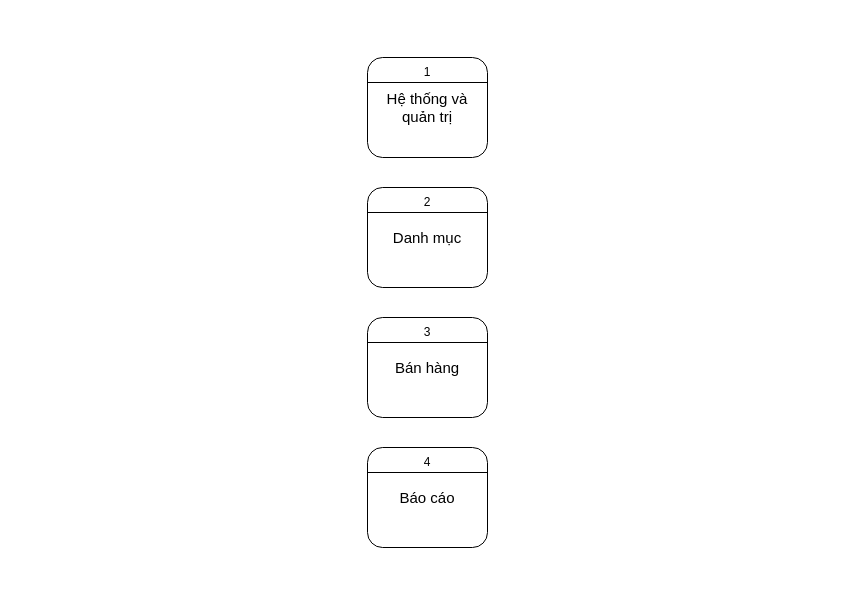
Above: page "DFD mức 0" (2 of 3) of Biểu đồ không có tiêu đề.drawio in Vulien/Diagram (draw.io), before the change. Source tidied: cells renumbered, new cells numbered last; positions are measured from the earlier drawing's top-left corner, leaving out a move shared by most shapes. Both pictures are drawn from the tidied source at 100%, with x=0, y=0 at pixel (367, 57).
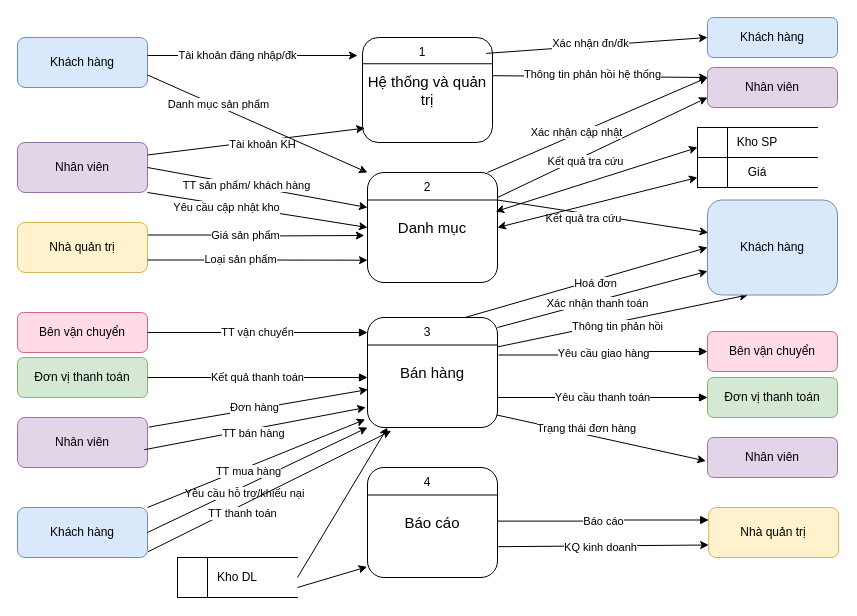
Above is the later version.

Commit message (it also covers changes not shown here):
Cập nhật Biểu đồ không có tiêu đề.drawio

What changed in the source:
```diff
@@
     <mxCell id="2" value="&lt;font style=&quot;font-size: 15px;&quot;&gt;Hệ thống và quản trị&lt;/font&gt;" style="rounded=1;whiteSpace=wrap;html=1;" parent="1" vertex="1">
-      <mxGeometry width="120" height="100" as="geometry" />
+      <mxGeometry x="-5" y="-20" width="130" height="105" as="geometry" />
     </mxCell>
@@
     <mxCell id="4" value="1" style="text;html=1;align=center;verticalAlign=middle;whiteSpace=wrap;rounded=0;" parent="1" vertex="1">
-      <mxGeometry x="30" width="60" height="30" as="geometry" />
+      <mxGeometry x="25" y="-20" width="60" height="30" as="geometry" />
     </mxCell>
     <mxCell id="5" value="&lt;span style=&quot;font-size: 15px;&quot;&gt;Danh mục&lt;/span&gt;" style="rounded=1;whiteSpace=wrap;html=1;" parent="1" vertex="1">
-      <mxGeometry y="130" width="120" height="100" as="geometry" />
+      <mxGeometry y="115" width="130" height="110" as="geometry" />
     </mxCell>
@@
     <mxCell id="7" value="2" style="text;html=1;align=center;verticalAlign=middle;whiteSpace=wrap;rounded=0;" parent="1" vertex="1">
-      <mxGeometry x="30" y="130" width="60" height="30" as="geometry" />
+      <mxGeometry x="30" y="115" width="60" height="30" as="geometry" />
     </mxCell>
     <mxCell id="8" value="&lt;span style=&quot;font-size: 15px;&quot;&gt;Báo cáo&lt;/span&gt;" style="rounded=1;whiteSpace=wrap;html=1;" parent="1" vertex="1">
-      <mxGeometry y="390" width="120" height="100" as="geometry" />
+      <mxGeometry y="410" width="130" height="110" as="geometry" />
     </mxCell>
@@
     <mxCell id="10" value="4" style="text;html=1;align=center;verticalAlign=middle;whiteSpace=wrap;rounded=0;" parent="1" vertex="1">
-      <mxGeometry x="30" y="390" width="60" height="30" as="geometry" />
+      <mxGeometry x="30" y="410" width="60" height="30" as="geometry" />
     </mxCell>
@@
     <mxCell id="12" value="&lt;span style=&quot;font-size: 15px;&quot;&gt;Bán hàng&lt;/span&gt;" style="rounded=1;whiteSpace=wrap;html=1;" parent="1" vertex="1">
-      <mxGeometry y="260" width="120" height="100" as="geometry" />
+      <mxGeometry y="260" width="130" height="110" as="geometry" />
     </mxCell>
@@
+    <mxCell id="15" style="edgeStyle=orthogonalEdgeStyle;rounded=0;jettySize=auto;html=1;exitX=1;exitY=0.25;exitDx=0;exitDy=0;" parent="1" edge="1" source="17">
+      <mxGeometry relative="1" as="geometry">
+        <mxPoint x="-3.2" y="178" as="targetPoint" />
+      </mxGeometry>
+    </mxCell>
+    <mxCell id="16" value="Giá sản phẩm" style="edgeLabel;html=1;align=center;verticalAlign=middle;" parent="15" vertex="1">
+      <mxGeometry x="-0.11" relative="1" as="geometry" />
+    </mxCell>
+    <mxCell id="17" value="Nhà quản trị" style="shape=rectangle;rounded=1;whiteSpace=wrap;html=1;fillColor=#fff2cc;strokeColor=#d6b656;fontSize=12;align=center;" parent="1" vertex="1">
+      <mxGeometry x="-350" y="165" width="130" height="50" as="geometry" />
+    </mxCell>
+    <mxCell id="18" value="Bên vận chuyển" style="shape=rectangle;rounded=1;whiteSpace=wrap;html=1;fillColor=#ffdce5;strokeColor=#d6667e;fontSize=12;align=center;" parent="1" vertex="1">
+      <mxGeometry x="-350" y="255" width="130" height="40" as="geometry" />
+    </mxCell>
+    <mxCell id="19" value="TT vận chuyển" style="edgeStyle=elbowEdgeStyle;rounded=1;jettySize=auto;html=1;strokeWidth=1;endArrow=block;fontSize=11;entryX=-0.001;entryY=0.548;entryDx=0;entryDy=0;entryPerimeter=0;" parent="1" edge="1" source="18">
+      <mxGeometry x="0.01" y="-1" relative="1" as="geometry">
+        <mxPoint y="275" as="targetPoint" />
+        <mxPoint x="-1" y="-1" as="offset" />
+      </mxGeometry>
+    </mxCell>
+    <mxCell id="20" value="Đơn vị thanh toán" style="shape=rectangle;rounded=1;whiteSpace=wrap;html=1;fillColor=#d5e8d4;strokeColor=#82b366;fontSize=12;align=center;" parent="1" vertex="1">
+      <mxGeometry x="-350" y="300" width="130" height="40" as="geometry" />
+    </mxCell>
+    <mxCell id="21" value="Kết quả thanh toán" style="edgeStyle=elbowEdgeStyle;rounded=1;jettySize=auto;html=1;strokeWidth=1;endArrow=block;fontSize=11;" parent="1" edge="1" source="20">
+      <mxGeometry relative="1" as="geometry">
+        <mxPoint y="320" as="targetPoint" />
+      </mxGeometry>
+    </mxCell>
+    <mxCell id="22" value="Khách hàng" style="shape=rectangle;rounded=1;whiteSpace=wrap;html=1;fillColor=#dae8fc;strokeColor=#6c8ebf;fontSize=12;align=center;" parent="1" vertex="1">
+      <mxGeometry x="340" y="-40" width="130" height="40" as="geometry" />
+    </mxCell>
+    <mxCell id="23" value="Nhà quản trị" style="shape=rectangle;rounded=1;whiteSpace=wrap;html=1;fillColor=#fff2cc;strokeColor=#d6b656;fontSize=12;align=center;" parent="1" vertex="1">
+      <mxGeometry x="341.2" y="450" width="130" height="50" as="geometry" />
+    </mxCell>
+    <mxCell id="24" value="Báo cáo" style="edgeStyle=elbowEdgeStyle;rounded=1;jettySize=auto;html=1;strokeWidth=1;endArrow=block;fontSize=11;exitX=0.991;exitY=0.124;exitDx=0;exitDy=0;exitPerimeter=0;entryX=0;entryY=0.25;entryDx=0;entryDy=0;" parent="1" edge="1" target="23">
+      <mxGeometry relative="1" as="geometry">
+        <mxPoint x="130" y="463.6" as="sourcePoint" />
+      </mxGeometry>
+    </mxCell>
+    <mxCell id="25" value="Bên vận chuyển" style="shape=rectangle;rounded=1;whiteSpace=wrap;html=1;fillColor=#ffdce5;strokeColor=#d6667e;fontSize=12;align=center;" parent="1" vertex="1">
+      <mxGeometry x="340" y="274" width="130" height="40" as="geometry" />
+    </mxCell>
+    <mxCell id="26" value="Yêu cầu giao hàng" style="edgeStyle=elbowEdgeStyle;rounded=1;jettySize=auto;html=1;strokeWidth=1;endArrow=block;fontSize=11;exitX=1.008;exitY=0.341;exitDx=0;exitDy=0;exitPerimeter=0;" parent="1" edge="1" source="12" target="25">
+      <mxGeometry relative="1" as="geometry" />
+    </mxCell>
+    <mxCell id="27" value="Đơn vị thanh toán" style="shape=rectangle;rounded=1;whiteSpace=wrap;html=1;fillColor=#d5e8d4;strokeColor=#82b366;fontSize=12;align=center;" parent="1" vertex="1">
+      <mxGeometry x="340" y="320" width="130" height="40" as="geometry" />
+    </mxCell>
+    <mxCell id="28" value="Yêu cầu thanh toán" style="edgeStyle=elbowEdgeStyle;rounded=1;jettySize=auto;html=1;strokeWidth=1;endArrow=block;fontSize=11;exitX=1;exitY=0.455;exitDx=0;exitDy=0;exitPerimeter=0;" parent="1" edge="1" target="27">
+      <mxGeometry relative="1" as="geometry">
+        <mxPoint x="130" y="340" as="sourcePoint" />
+      </mxGeometry>
+    </mxCell>
+    <mxCell id="29" value="Nhân viên" style="shape=rectangle;rounded=1;whiteSpace=wrap;html=1;fillColor=#e1d5e7;strokeColor=#9673a6;fontSize=12;align=center;" parent="1" vertex="1">
+      <mxGeometry x="-350" y="360" width="130" height="50" as="geometry" />
+    </mxCell>
+    <mxCell id="30" value="Nhân viên" style="shape=rectangle;rounded=1;whiteSpace=wrap;html=1;fillColor=#e1d5e7;strokeColor=#9673a6;fontSize=12;align=center;" parent="1" vertex="1">
+      <mxGeometry x="340" y="380" width="130" height="40" as="geometry" />
+    </mxCell>
+    <mxCell id="31" style="edgeStyle=orthogonalEdgeStyle;rounded=0;orthogonalLoop=1;jettySize=auto;html=1;exitX=0.5;exitY=1;exitDx=0;exitDy=0;" parent="1" edge="1" source="17" target="17">
+      <mxGeometry relative="1" as="geometry" />
+    </mxCell>
+    <mxCell id="32" style="edgeStyle=orthogonalEdgeStyle;rounded=0;jettySize=auto;html=1;exitX=1;exitY=0.75;exitDx=0;exitDy=0;entryX=0.016;entryY=0.35;entryDx=0;entryDy=0;entryPerimeter=0;" parent="1" edge="1" source="17">
+      <mxGeometry relative="1" as="geometry">
+        <mxPoint y="202.7" as="targetPoint" />
+      </mxGeometry>
+    </mxCell>
+    <mxCell id="33" value="Loại sản phẩm" style="edgeLabel;html=1;align=center;verticalAlign=middle;" parent="32" vertex="1">
+      <mxGeometry x="-0.4" y="1" relative="1" as="geometry">
+        <mxPoint x="26" as="offset" />
+      </mxGeometry>
+    </mxCell>
+    <mxCell id="34" style="endArrow=classic;html=1;rounded=0;exitX=1.004;exitY=0.097;exitDx=0;exitDy=0;exitPerimeter=0;entryX=0.312;entryY=0.999;entryDx=0;entryDy=0;entryPerimeter=0;" parent="1" edge="1" target="69">
+      <mxGeometry relative="1" as="geometry">
+        <mxPoint x="130" y="289.4" as="sourcePoint" />
+      </mxGeometry>
+    </mxCell>
+    <mxCell id="35" value="Thông tin phản hồi" style="edgeLabel;html=1;align=center;verticalAlign=middle;" parent="34" vertex="1">
+      <mxGeometry x="-0.19" y="-3" relative="1" as="geometry">
+        <mxPoint x="17" y="-3" as="offset" />
+      </mxGeometry>
+    </mxCell>
+    <mxCell id="36" style="endArrow=classic;html=1;rounded=0;exitX=0.996;exitY=0.356;exitDx=0;exitDy=0;exitPerimeter=0;entryX=0;entryY=0.75;entryDx=0;entryDy=0;" parent="1" edge="1" target="23">
+      <mxGeometry relative="1" as="geometry">
+        <mxPoint x="130.6" y="489.2" as="sourcePoint" />
+      </mxGeometry>
+    </mxCell>
+    <mxCell id="37" value="KQ kinh doanh" style="edgeLabel;html=1;align=center;verticalAlign=middle;" parent="36" vertex="1">
+      <mxGeometry x="-0.2" y="-1" relative="1" as="geometry">
+        <mxPoint x="18" as="offset" />
+      </mxGeometry>
+    </mxCell>
+    <mxCell id="38" style="endArrow=classic;html=1;rounded=0;exitX=0.993;exitY=0.886;exitDx=0;exitDy=0;exitPerimeter=0;entryX=-0.013;entryY=0.587;entryDx=0;entryDy=0;entryPerimeter=0;" parent="1" edge="1" source="12" target="30">
+      <mxGeometry relative="1" as="geometry" />
+    </mxCell>
+    <mxCell id="39" value="Trạng thái đơn hàng" style="edgeLabel;html=1;align=center;verticalAlign=middle;" parent="38" vertex="1">
+      <mxGeometry x="-0.49" y="2" relative="1" as="geometry">
+        <mxPoint x="35" y="3" as="offset" />
+      </mxGeometry>
+    </mxCell>
+    <mxCell id="40" style="endArrow=classic;html=1;rounded=0;exitX=1;exitY=0.958;exitDx=0;exitDy=0;exitPerimeter=0;entryX=0;entryY=0.25;entryDx=0;entryDy=0;" parent="1" edge="1" target="74">
+      <mxGeometry relative="1" as="geometry">
+        <mxPoint x="125" y="18.2" as="sourcePoint" />
+      </mxGeometry>
+    </mxCell>
+    <mxCell id="41" value="Thông tin phản hồi hệ thống" style="edgeLabel;html=1;align=center;verticalAlign=middle;" parent="40" vertex="1">
+      <mxGeometry x="-0.45" y="2" relative="1" as="geometry">
+        <mxPoint x="40" as="offset" />
+      </mxGeometry>
+    </mxCell>
+    <mxCell id="42" style="endArrow=classic;html=1;rounded=0;exitX=0.952;exitY=0.017;exitDx=0;exitDy=0;exitPerimeter=0;entryX=0;entryY=0.5;entryDx=0;entryDy=0;" parent="1" edge="1" target="22">
+      <mxGeometry relative="1" as="geometry">
+        <mxPoint x="118.8" y="-4.1" as="sourcePoint" />
+      </mxGeometry>
+    </mxCell>
+    <mxCell id="43" value="Xác nhận đn/đk" style="edgeLabel;html=1;align=center;verticalAlign=middle;" parent="42" vertex="1">
+      <mxGeometry x="-0.06" y="3" relative="1" as="geometry" />
+    </mxCell>
+    <mxCell id="44" style="endArrow=classic;html=1;rounded=0;entryX=0;entryY=0.75;entryDx=0;entryDy=0;" parent="1" edge="1" target="69">
+      <mxGeometry relative="1" as="geometry">
+        <mxPoint x="130" y="270" as="sourcePoint" />
+      </mxGeometry>
+    </mxCell>
+    <mxCell id="45" value="Xác nhận thanh toán" style="edgeLabel;html=1;align=center;verticalAlign=middle;" parent="44" vertex="1">
+      <mxGeometry x="-0.15" y="1" relative="1" as="geometry">
+        <mxPoint x="11" as="offset" />
+      </mxGeometry>
+    </mxCell>
+    <mxCell id="46" value="Khách hàng" style="shape=rectangle;rounded=1;whiteSpace=wrap;html=1;fillColor=#dae8fc;strokeColor=#6c8ebf;fontSize=12;align=center;" parent="1" vertex="1">
+      <mxGeometry x="-350" y="450" width="130" height="50" as="geometry" />
+    </mxCell>
+    <mxCell id="47" style="endArrow=classic;html=1;rounded=0;exitX=1;exitY=0.5;exitDx=0;exitDy=0;entryX=0;entryY=1;entryDx=0;entryDy=0;" parent="1" edge="1" source="46" target="12">
+      <mxGeometry relative="1" as="geometry" />
+    </mxCell>
+    <mxCell id="48" value="Yêu cầu hỗ trợ/khiếu nại" style="edgeLabel;html=1;align=center;verticalAlign=middle;" parent="47" vertex="1">
+      <mxGeometry x="-0.33" y="-1" relative="1" as="geometry">
+        <mxPoint x="22" y="-5" as="offset" />
+      </mxGeometry>
+    </mxCell>
+    <mxCell id="49" style="endArrow=classic;html=1;rounded=0;exitX=1.005;exitY=0.885;exitDx=0;exitDy=0;exitPerimeter=0;entryX=0.182;entryY=1.03;entryDx=0;entryDy=0;entryPerimeter=0;" parent="1" edge="1" source="46" target="12">
+      <mxGeometry relative="1" as="geometry" />
+    </mxCell>
+    <mxCell id="50" value="TT thanh toán" style="edgeLabel;html=1;align=center;verticalAlign=middle;" parent="49" vertex="1">
+      <mxGeometry x="-0.36" y="1" relative="1" as="geometry">
+        <mxPoint x="16" y="1" as="offset" />
+      </mxGeometry>
+    </mxCell>
+    <mxCell id="51" style="endArrow=classic;html=1;rounded=0;exitX=1.01;exitY=0.193;exitDx=0;exitDy=0;exitPerimeter=0;entryX=0.003;entryY=0.655;entryDx=0;entryDy=0;entryPerimeter=0;" parent="1" edge="1" source="29" target="12">
+      <mxGeometry relative="1" as="geometry" />
+    </mxCell>
+    <mxCell id="52" value="Đơn hàng" style="edgeLabel;html=1;align=center;verticalAlign=middle;" parent="51" vertex="1">
+      <mxGeometry x="-0.04" y="2" relative="1" as="geometry" />
+    </mxCell>
+    <mxCell id="53" value="Nhân viên" style="shape=rectangle;rounded=1;whiteSpace=wrap;html=1;fillColor=#e1d5e7;strokeColor=#9673a6;fontSize=12;align=center;" parent="1" vertex="1">
+      <mxGeometry x="-350" y="85" width="130" height="50" as="geometry" />
+    </mxCell>
+    <mxCell id="54" style="endArrow=classic;html=1;rounded=0;exitX=1;exitY=1;exitDx=0;exitDy=0;entryX=0;entryY=0.5;entryDx=0;entryDy=0;" parent="1" edge="1" source="53" target="5">
+      <mxGeometry relative="1" as="geometry" />
+    </mxCell>
+    <mxCell id="55" value="Yêu cầu cập nhật kho" style="edgeLabel;html=1;align=center;verticalAlign=middle;" parent="54" vertex="1">
+      <mxGeometry x="-0.28" y="-2" relative="1" as="geometry" />
+    </mxCell>
+    <mxCell id="56" style="endArrow=classic;html=1;rounded=0;exitX=0.976;exitY=0.644;exitDx=0;exitDy=0;exitPerimeter=0;entryX=-0.013;entryY=0.818;entryDx=0;entryDy=0;entryPerimeter=0;" parent="1" edge="1" source="29" target="12">
+      <mxGeometry relative="1" as="geometry" />
+    </mxCell>
+    <mxCell id="57" value="TT bán hàng" style="edgeLabel;html=1;align=center;verticalAlign=middle;" parent="56" vertex="1">
+      <mxGeometry x="-0.02" y="-3" relative="1" as="geometry">
+        <mxPoint y="1" as="offset" />
+      </mxGeometry>
+    </mxCell>
+    <mxCell id="58" style="endArrow=classic;html=1;rounded=0;exitX=1;exitY=0.5;exitDx=0;exitDy=0;" parent="1" edge="1" source="53">
+      <mxGeometry relative="1" as="geometry">
+        <mxPoint y="150" as="targetPoint" />
+      </mxGeometry>
+    </mxCell>
+    <mxCell id="59" value="TT sản phẩm/ khách hàng" style="edgeLabel;html=1;align=center;verticalAlign=middle;" parent="58" vertex="1">
+      <mxGeometry x="-0.11" relative="1" as="geometry" />
+    </mxCell>
+    <mxCell id="60" style="endArrow=classic;html=1;rounded=0;exitX=1;exitY=0.25;exitDx=0;exitDy=0;entryX=0.017;entryY=0.863;entryDx=0;entryDy=0;entryPerimeter=0;" parent="1" edge="1" source="53" target="2">
+      <mxGeometry relative="1" as="geometry" />
+    </mxCell>
+    <mxCell id="61" value="Tài khoản KH" style="edgeLabel;html=1;align=center;verticalAlign=middle;" parent="60" vertex="1">
+      <mxGeometry x="0.05" y="-3" relative="1" as="geometry" />
+    </mxCell>
+    <mxCell id="62" value="Khách hàng" style="shape=rectangle;rounded=1;whiteSpace=wrap;html=1;fillColor=#dae8fc;strokeColor=#6c8ebf;fontSize=12;align=center;" parent="1" vertex="1">
+      <mxGeometry x="-350" y="-20" width="130" height="50" as="geometry" />
+    </mxCell>
+    <mxCell id="63" style="endArrow=classic;html=1;rounded=0;" parent="1" edge="1">
+      <mxGeometry relative="1" as="geometry">
+        <mxPoint x="-220" y="-2" as="sourcePoint" />
+        <mxPoint x="-10" y="-2" as="targetPoint" />
+      </mxGeometry>
+    </mxCell>
+    <mxCell id="64" value="Tài khoản đăng nhập/đk" style="edgeLabel;html=1;align=center;verticalAlign=middle;" parent="63" vertex="1">
+      <mxGeometry x="-0.15" y="1" relative="1" as="geometry" />
+    </mxCell>
+    <mxCell id="65" style="endArrow=classic;html=1;rounded=0;exitX=1;exitY=0;exitDx=0;exitDy=0;entryX=-0.018;entryY=0.927;entryDx=0;entryDy=0;entryPerimeter=0;" parent="1" edge="1" source="46" target="12">
+      <mxGeometry relative="1" as="geometry" />
+    </mxCell>
+    <mxCell id="66" value="TT mua hàng" style="edgeLabel;html=1;align=center;verticalAlign=middle;" parent="65" vertex="1">
+      <mxGeometry x="-0.09" y="-4" relative="1" as="geometry" />
+    </mxCell>
+    <mxCell id="67" style="endArrow=classic;html=1;rounded=0;exitX=1;exitY=0.75;exitDx=0;exitDy=0;entryX=0;entryY=0;entryDx=0;entryDy=0;" parent="1" edge="1" source="62" target="5">
+      <mxGeometry relative="1" as="geometry" />
+    </mxCell>
+    <mxCell id="68" value="Danh mục sản phẩm" style="edgeLabel;html=1;align=center;verticalAlign=middle;" parent="67" vertex="1">
+      <mxGeometry x="-0.37" y="2" relative="1" as="geometry" />
+    </mxCell>
+    <mxCell id="69" value="Khách hàng" style="shape=rectangle;rounded=1;whiteSpace=wrap;html=1;fillColor=#dae8fc;strokeColor=#6c8ebf;fontSize=12;align=center;" parent="1" vertex="1">
+      <mxGeometry x="340" y="142.5" width="130" height="95" as="geometry" />
+    </mxCell>
+    <mxCell id="70" style="endArrow=classic;html=1;rounded=0;exitX=1;exitY=0.25;exitDx=0;exitDy=0;entryX=0.005;entryY=0.343;entryDx=0;entryDy=0;entryPerimeter=0;" parent="1" edge="1" source="5" target="69">
+      <mxGeometry relative="1" as="geometry" />
+    </mxCell>
+    <mxCell id="71" value="Kết quả tra cứu" style="edgeLabel;html=1;align=center;verticalAlign=middle;" parent="70" vertex="1">
+      <mxGeometry x="-0.18" y="-5" relative="1" as="geometry" />
+    </mxCell>
+    <mxCell id="72" style="endArrow=classic;html=1;rounded=0;exitX=0.75;exitY=0;exitDx=0;exitDy=0;entryX=0;entryY=0.5;entryDx=0;entryDy=0;" parent="1" edge="1" source="12" target="69">
+      <mxGeometry relative="1" as="geometry" />
+    </mxCell>
+    <mxCell id="73" value="Hoá đơn" style="edgeLabel;html=1;align=center;verticalAlign=middle;" parent="72" vertex="1">
+      <mxGeometry x="0.06" y="-3" relative="1" as="geometry" />
+    </mxCell>
+    <mxCell id="74" value="Nhân viên" style="shape=rectangle;rounded=1;whiteSpace=wrap;html=1;fillColor=#e1d5e7;strokeColor=#9673a6;fontSize=12;align=center;" parent="1" vertex="1">
+      <mxGeometry x="340" y="10" width="130" height="40" as="geometry" />
+    </mxCell>
+    <mxCell id="75" style="endArrow=classic;html=1;rounded=0;entryX=0;entryY=0.75;entryDx=0;entryDy=0;" parent="1" edge="1" target="74">
+      <mxGeometry relative="1" as="geometry">
+        <mxPoint x="130" y="140" as="sourcePoint" />
+      </mxGeometry>
+    </mxCell>
+    <mxCell id="76" value="Kết quả tra cứu" style="edgeLabel;html=1;align=center;verticalAlign=middle;" parent="75" vertex="1">
+      <mxGeometry x="-0.18" y="-5" relative="1" as="geometry" />
+    </mxCell>
+    <mxCell id="77" style="edgeStyle=none;jettySize=auto;html=1;rounded=0;exitX=0.991;exitY=0.872;exitDx=0;exitDy=0;exitPerimeter=0;entryX=0;entryY=0.25;entryDx=0;entryDy=0;" parent="1" edge="1" target="74">
+      <mxGeometry relative="1" as="geometry">
+        <mxPoint x="120" y="115" as="sourcePoint" />
+      </mxGeometry>
+    </mxCell>
+    <mxCell id="78" value="Xác nhận cập nhật" style="edgeLabel;html=1;align=center;verticalAlign=middle;" parent="77" vertex="1">
+      <mxGeometry x="-0.19" y="2" relative="1" as="geometry" />
+    </mxCell>
+    <mxCell id="79" value="Kho DL" style="shape=partialRectangle;whiteSpace=wrap;html=1;left=0;right=0;fillColor=none;" parent="1" vertex="1">
+      <mxGeometry x="-190" y="500" width="120" height="40" as="geometry" />
+    </mxCell>
+    <mxCell id="80" style="endArrow=none;html=1;rounded=0;exitX=0;exitY=1;exitDx=0;exitDy=0;entryX=0;entryY=0;entryDx=0;entryDy=0;" parent="1" edge="1" source="79" target="79">
+      <mxGeometry relative="1" as="geometry" />
+    </mxCell>
+    <mxCell id="81" style="endArrow=none;html=1;rounded=0;exitX=0.25;exitY=1;exitDx=0;exitDy=0;entryX=0.25;entryY=0;entryDx=0;entryDy=0;" parent="1" edge="1" source="79" target="79">
+      <mxGeometry relative="1" as="geometry" />
+    </mxCell>
+    <mxCell id="82" value="Kho SP" style="shape=partialRectangle;whiteSpace=wrap;html=1;left=0;right=0;fillColor=none;" parent="1" vertex="1">
+      <mxGeometry x="330" y="70" width="120" height="30" as="geometry" />
+    </mxCell>
+    <mxCell id="83" style="endArrow=none;html=1;rounded=0;exitX=0;exitY=1;exitDx=0;exitDy=0;entryX=0;entryY=0;entryDx=0;entryDy=0;" parent="1" edge="1" source="82" target="82">
+      <mxGeometry relative="1" as="geometry" />
+    </mxCell>
+    <mxCell id="84" style="endArrow=none;html=1;rounded=0;exitX=0.25;exitY=1;exitDx=0;exitDy=0;entryX=0.25;entryY=0;entryDx=0;entryDy=0;" parent="1" edge="1" source="82" target="82">
+      <mxGeometry relative="1" as="geometry" />
+    </mxCell>
+    <mxCell id="85" style="endArrow=classic;html=1;rounded=0;exitX=1;exitY=0.75;exitDx=0;exitDy=0;entryX=-0.003;entryY=0.903;entryDx=0;entryDy=0;entryPerimeter=0;" parent="1" edge="1" source="79" target="8">
+      <mxGeometry relative="1" as="geometry" />
+    </mxCell>
+    <mxCell id="86" style="endArrow=classic;html=1;rounded=0;exitX=1;exitY=0.5;exitDx=0;exitDy=0;" parent="1" edge="1" source="79">
+      <mxGeometry relative="1" as="geometry">
+        <mxPoint x="20" y="370" as="targetPoint" />
+      </mxGeometry>
+    </mxCell>
+    <mxCell id="87" value="Giá" style="shape=partialRectangle;whiteSpace=wrap;html=1;left=0;right=0;fillColor=none;" parent="1" vertex="1">
+      <mxGeometry x="330" y="100" width="120" height="30" as="geometry" />
+    </mxCell>
+    <mxCell id="88" style="endArrow=none;html=1;rounded=0;exitX=0;exitY=1;exitDx=0;exitDy=0;entryX=0;entryY=0;entryDx=0;entryDy=0;" parent="1" edge="1" source="87" target="87">
+      <mxGeometry relative="1" as="geometry" />
+    </mxCell>
+    <mxCell id="89" style="endArrow=none;html=1;rounded=0;exitX=0.25;exitY=1;exitDx=0;exitDy=0;entryX=0.25;entryY=0;entryDx=0;entryDy=0;" parent="1" edge="1" source="87" target="87">
+      <mxGeometry relative="1" as="geometry" />
+    </mxCell>
+    <mxCell id="90" style="endArrow=classic;startArrow=classic;html=1;rounded=0;exitX=0.986;exitY=0.355;exitDx=0;exitDy=0;exitPerimeter=0;" parent="1" edge="1" source="5">
+      <mxGeometry relative="1" as="geometry">
+        <mxPoint x="330" y="90" as="targetPoint" />
+      </mxGeometry>
+    </mxCell>
+    <mxCell id="91" style="endArrow=classic;startArrow=classic;html=1;rounded=0;exitX=1;exitY=0.5;exitDx=0;exitDy=0;" parent="1" edge="1" source="5">
+      <mxGeometry relative="1" as="geometry">
+        <mxPoint x="330" y="120" as="targetPoint" />
+      </mxGeometry>
+    </mxCell>
```
